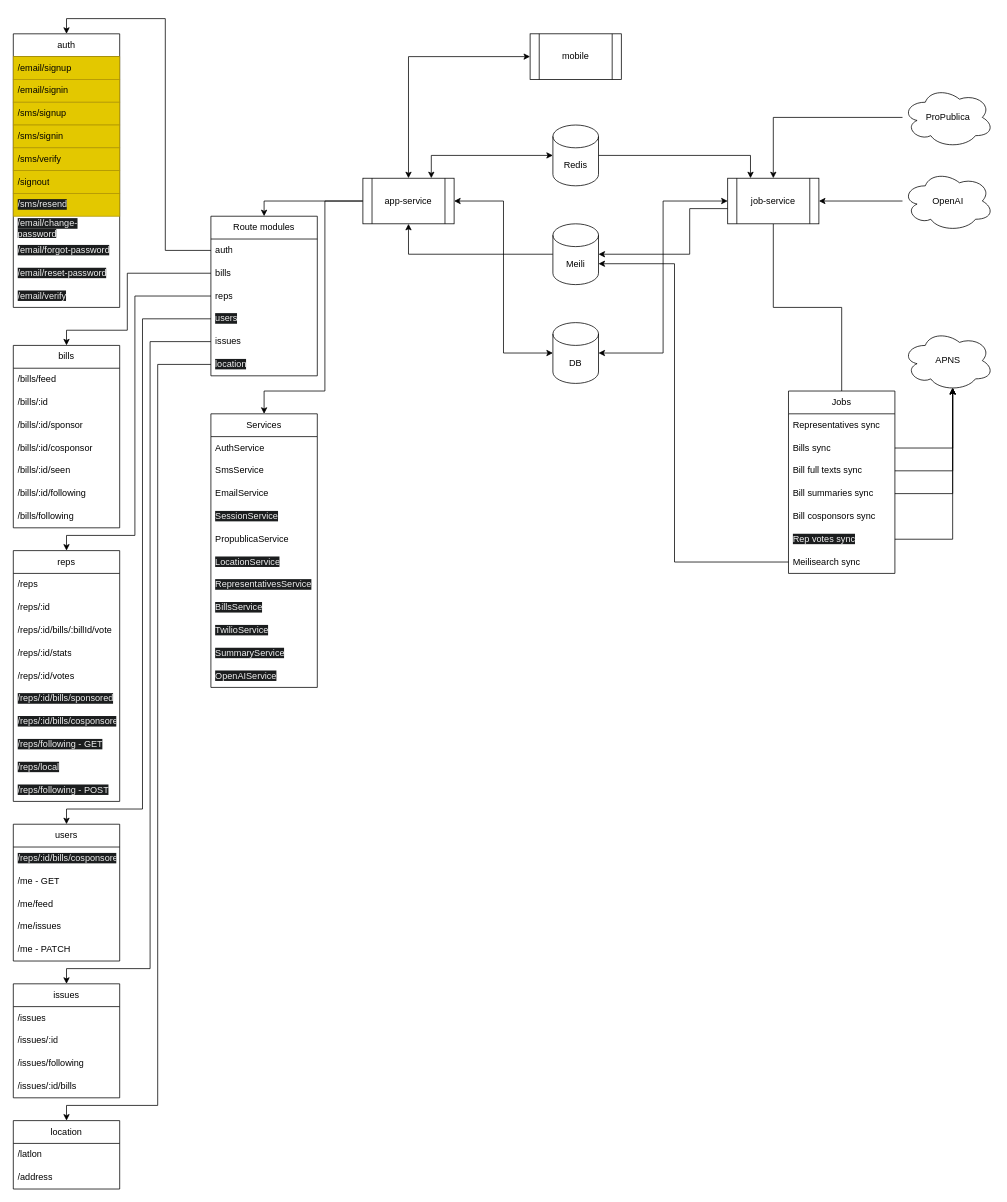
Earlier version of the draw.io diagram architecture/Architecture.drawio (Breakdown/breakdown-services). Source tidied: cells renumbered, new cells numbered last; positions are measured from the earlier drawing's top-left corner, leaving out a move shared by most shapes. Both pictures are drawn from the tidied source at 76%, with x=0, y=0 at pixel (13, 33).
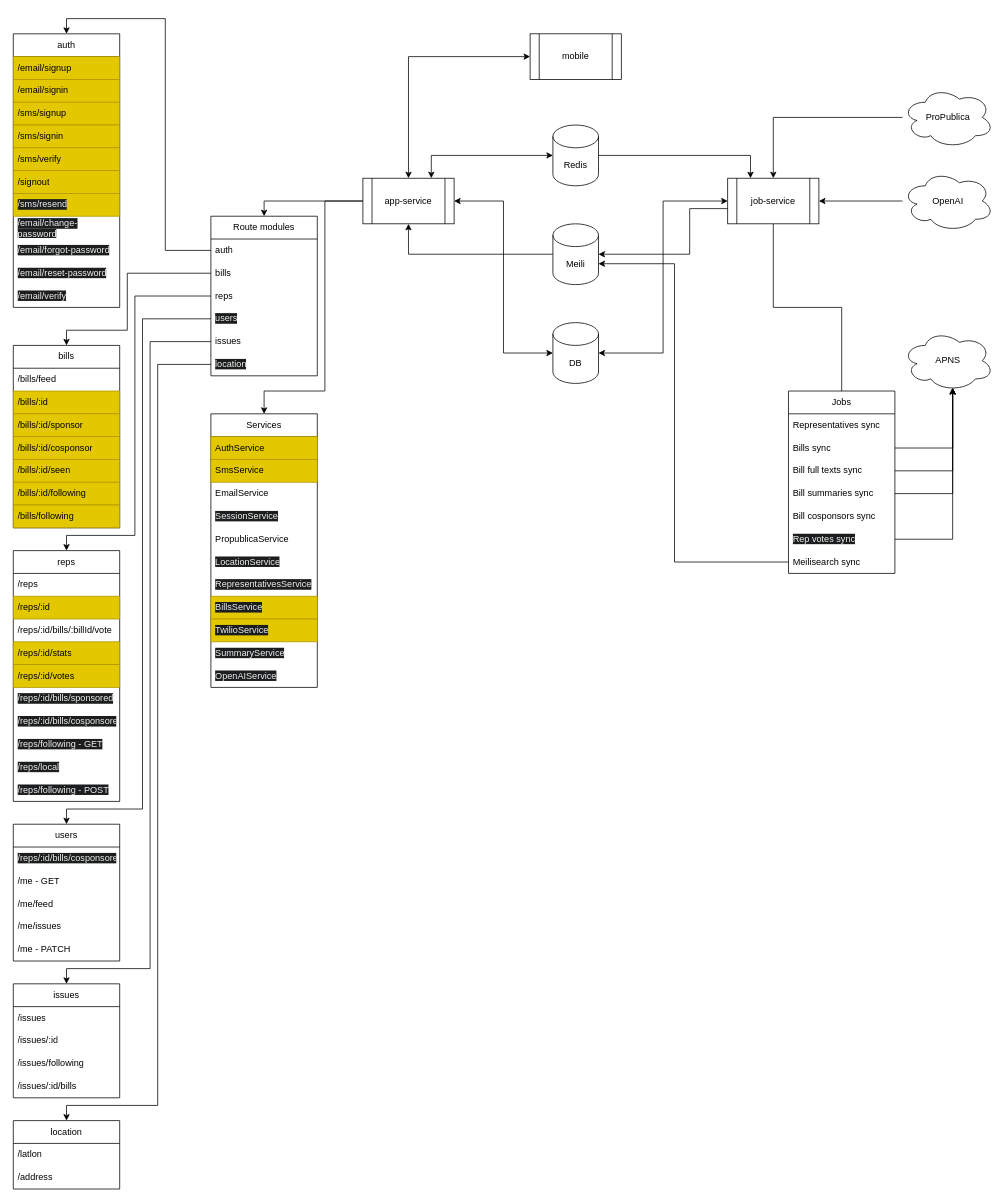
Above is the later version.

Commit message (it also covers changes not shown here):
GET rep votes by ID

Unchanged cells that the change refers to:
```xml
<mxCell id="56" value="bills" style="swimlane;fontStyle=0;horizontal=1;startSize=30;whiteSpace=wrap;html=1;" parent="1" vertex="1">
  <mxGeometry y="410" width="140" height="240" as="geometry" />
</mxCell>
<mxCell id="70" value="reps" style="swimlane;fontStyle=0;horizontal=1;startSize=30;whiteSpace=wrap;html=1;" parent="1" vertex="1">
  <mxGeometry y="680" width="140" height="330" as="geometry" />
</mxCell>
<mxCell id="94" value="Services" style="swimlane;fontStyle=0;horizontal=1;startSize=30;whiteSpace=wrap;html=1;" parent="1" vertex="1">
  <mxGeometry x="260" y="500" width="140" height="360" as="geometry" />
</mxCell>
```

Change to the diagram source:
```diff
@@
-    <mxCell id="58" value="/bills/:id" style="text;strokeColor=none;fillColor=none;align=left;verticalAlign=middle;spacingLeft=4;spacingRight=4;overflow=hidden;whiteSpace=wrap;html=1;" parent="56" vertex="1">
+    <mxCell id="58" value="/bills/:id" style="text;strokeColor=#B09500;fillColor=#e3c800;align=left;verticalAlign=middle;spacingLeft=4;spacingRight=4;overflow=hidden;whiteSpace=wrap;html=1;fontColor=#000000;" parent="56" vertex="1">
       <mxGeometry y="60" width="140" height="30" as="geometry" />
     </mxCell>
-    <mxCell id="59" value="/bills/:id/sponsor" style="text;strokeColor=none;fillColor=none;align=left;verticalAlign=middle;spacingLeft=4;spacingRight=4;overflow=hidden;whiteSpace=wrap;html=1;" parent="56" vertex="1">
+    <mxCell id="59" value="/bills/:id/sponsor" style="text;strokeColor=#B09500;fillColor=#e3c800;align=left;verticalAlign=middle;spacingLeft=4;spacingRight=4;overflow=hidden;whiteSpace=wrap;html=1;fontColor=#000000;" parent="56" vertex="1">
       <mxGeometry y="90" width="140" height="30" as="geometry" />
     </mxCell>
-    <mxCell id="60" value="/bills/:id/cosponsor" style="text;strokeColor=none;fillColor=none;align=left;verticalAlign=middle;spacingLeft=4;spacingRight=4;overflow=hidden;whiteSpace=wrap;html=1;" parent="56" vertex="1">
+    <mxCell id="60" value="/bills/:id/cosponsor" style="text;strokeColor=#B09500;fillColor=#e3c800;align=left;verticalAlign=middle;spacingLeft=4;spacingRight=4;overflow=hidden;whiteSpace=wrap;html=1;fontColor=#000000;" parent="56" vertex="1">
       <mxGeometry y="120" width="140" height="30" as="geometry" />
     </mxCell>
-    <mxCell id="61" value="/bills/:id/seen" style="text;strokeColor=none;fillColor=none;align=left;verticalAlign=middle;spacingLeft=4;spacingRight=4;overflow=hidden;whiteSpace=wrap;html=1;" parent="56" vertex="1">
+    <mxCell id="61" value="/bills/:id/seen" style="text;strokeColor=#B09500;fillColor=#e3c800;align=left;verticalAlign=middle;spacingLeft=4;spacingRight=4;overflow=hidden;whiteSpace=wrap;html=1;fontColor=#000000;" parent="56" vertex="1">
       <mxGeometry y="150" width="140" height="30" as="geometry" />
     </mxCell>
-    <mxCell id="62" value="/bills/:id/following" style="text;strokeColor=none;fillColor=none;align=left;verticalAlign=middle;spacingLeft=4;spacingRight=4;overflow=hidden;whiteSpace=wrap;html=1;" parent="56" vertex="1">
+    <mxCell id="62" value="/bills/:id/following" style="text;strokeColor=#B09500;fillColor=#e3c800;align=left;verticalAlign=middle;spacingLeft=4;spacingRight=4;overflow=hidden;whiteSpace=wrap;html=1;fontColor=#000000;" parent="56" vertex="1">
       <mxGeometry y="180" width="140" height="30" as="geometry" />
     </mxCell>
-    <mxCell id="63" value="/bills/following" style="text;strokeColor=none;fillColor=none;align=left;verticalAlign=middle;spacingLeft=4;spacingRight=4;overflow=hidden;whiteSpace=wrap;html=1;" parent="56" vertex="1">
+    <mxCell id="63" value="/bills/following" style="text;strokeColor=#B09500;fillColor=#e3c800;align=left;verticalAlign=middle;spacingLeft=4;spacingRight=4;overflow=hidden;whiteSpace=wrap;html=1;fontColor=#000000;" parent="56" vertex="1">
       <mxGeometry y="210" width="140" height="30" as="geometry" />
     </mxCell>
@@
-    <mxCell id="72" value="/reps/:id" style="text;strokeColor=none;fillColor=none;align=left;verticalAlign=middle;spacingLeft=4;spacingRight=4;overflow=hidden;whiteSpace=wrap;html=1;" parent="70" vertex="1">
+    <mxCell id="72" value="/reps/:id" style="text;strokeColor=#B09500;fillColor=#e3c800;align=left;verticalAlign=middle;spacingLeft=4;spacingRight=4;overflow=hidden;whiteSpace=wrap;html=1;fontColor=#000000;" parent="70" vertex="1">
       <mxGeometry y="60" width="140" height="30" as="geometry" />
     </mxCell>
@@
-    <mxCell id="74" value="/reps/:id/stats" style="text;strokeColor=none;fillColor=none;align=left;verticalAlign=middle;spacingLeft=4;spacingRight=4;overflow=hidden;whiteSpace=wrap;html=1;" parent="70" vertex="1">
+    <mxCell id="74" value="/reps/:id/stats" style="text;strokeColor=#B09500;fillColor=#e3c800;align=left;verticalAlign=middle;spacingLeft=4;spacingRight=4;overflow=hidden;whiteSpace=wrap;html=1;fontColor=#000000;" parent="70" vertex="1">
       <mxGeometry y="120" width="140" height="30" as="geometry" />
     </mxCell>
-    <mxCell id="75" value="/reps/:id/votes" style="text;strokeColor=none;fillColor=none;align=left;verticalAlign=middle;spacingLeft=4;spacingRight=4;overflow=hidden;whiteSpace=wrap;html=1;" parent="70" vertex="1">
+    <mxCell id="75" value="/reps/:id/votes" style="text;strokeColor=#B09500;fillColor=#e3c800;align=left;verticalAlign=middle;spacingLeft=4;spacingRight=4;overflow=hidden;whiteSpace=wrap;html=1;fontColor=#000000;" parent="70" vertex="1">
       <mxGeometry y="150" width="140" height="30" as="geometry" />
     </mxCell>
@@
-    <mxCell id="95" value="AuthService" style="text;strokeColor=none;fillColor=none;align=left;verticalAlign=middle;spacingLeft=4;spacingRight=4;overflow=hidden;whiteSpace=wrap;html=1;" parent="94" vertex="1">
+    <mxCell id="95" value="AuthService" style="text;strokeColor=#B09500;fillColor=#e3c800;align=left;verticalAlign=middle;spacingLeft=4;spacingRight=4;overflow=hidden;whiteSpace=wrap;html=1;fontColor=#000000;" parent="94" vertex="1">
       <mxGeometry y="30" width="140" height="30" as="geometry" />
     </mxCell>
-    <mxCell id="96" value="SmsService" style="text;strokeColor=none;fillColor=none;align=left;verticalAlign=middle;spacingLeft=4;spacingRight=4;overflow=hidden;whiteSpace=wrap;html=1;" parent="94" vertex="1">
+    <mxCell id="96" value="SmsService" style="text;strokeColor=#B09500;fillColor=#e3c800;align=left;verticalAlign=middle;spacingLeft=4;spacingRight=4;overflow=hidden;whiteSpace=wrap;html=1;fontColor=#000000;" parent="94" vertex="1">
       <mxGeometry y="60" width="140" height="30" as="geometry" />
     </mxCell>
@@
-    <mxCell id="102" value="&lt;span style=&quot;color: rgb(240, 240, 240); font-family: Helvetica; font-size: 12px; font-style: normal; font-variant-ligatures: normal; font-variant-caps: normal; font-weight: 400; letter-spacing: normal; orphans: 2; text-align: left; text-indent: 0px; text-transform: none; widows: 2; word-spacing: 0px; -webkit-text-stroke-width: 0px; background-color: rgb(27, 29, 30); text-decoration-thickness: initial; text-decoration-style: initial; text-decoration-color: initial; float: none; display: inline !important;&quot;&gt;BillsService&lt;/span&gt;" style="text;strokeColor=none;fillColor=none;align=left;verticalAlign=middle;spacingLeft=4;spacingRight=4;overflow=hidden;whiteSpace=wrap;html=1;" parent="94" vertex="1">
+    <mxCell id="102" value="&lt;span style=&quot;color: rgb(240, 240, 240); font-family: Helvetica; font-size: 12px; font-style: normal; font-variant-ligatures: normal; font-variant-caps: normal; font-weight: 400; letter-spacing: normal; orphans: 2; text-align: left; text-indent: 0px; text-transform: none; widows: 2; word-spacing: 0px; -webkit-text-stroke-width: 0px; background-color: rgb(27, 29, 30); text-decoration-thickness: initial; text-decoration-style: initial; text-decoration-color: initial; float: none; display: inline !important;&quot;&gt;BillsService&lt;/span&gt;" style="text;strokeColor=#B09500;fillColor=#e3c800;align=left;verticalAlign=middle;spacingLeft=4;spacingRight=4;overflow=hidden;whiteSpace=wrap;html=1;fontColor=#000000;" parent="94" vertex="1">
       <mxGeometry y="240" width="140" height="30" as="geometry" />
     </mxCell>
-    <mxCell id="103" value="&lt;span style=&quot;color: rgb(240, 240, 240); font-family: Helvetica; font-size: 12px; font-style: normal; font-variant-ligatures: normal; font-variant-caps: normal; font-weight: 400; letter-spacing: normal; orphans: 2; text-align: left; text-indent: 0px; text-transform: none; widows: 2; word-spacing: 0px; -webkit-text-stroke-width: 0px; background-color: rgb(27, 29, 30); text-decoration-thickness: initial; text-decoration-style: initial; text-decoration-color: initial; float: none; display: inline !important;&quot;&gt;TwilioService&lt;/span&gt;" style="text;strokeColor=none;fillColor=none;align=left;verticalAlign=middle;spacingLeft=4;spacingRight=4;overflow=hidden;whiteSpace=wrap;html=1;" parent="94" vertex="1">
+    <mxCell id="103" value="&lt;span style=&quot;color: rgb(240, 240, 240); font-family: Helvetica; font-size: 12px; font-style: normal; font-variant-ligatures: normal; font-variant-caps: normal; font-weight: 400; letter-spacing: normal; orphans: 2; text-align: left; text-indent: 0px; text-transform: none; widows: 2; word-spacing: 0px; -webkit-text-stroke-width: 0px; background-color: rgb(27, 29, 30); text-decoration-thickness: initial; text-decoration-style: initial; text-decoration-color: initial; float: none; display: inline !important;&quot;&gt;TwilioService&lt;/span&gt;" style="text;strokeColor=#B09500;fillColor=#e3c800;align=left;verticalAlign=middle;spacingLeft=4;spacingRight=4;overflow=hidden;whiteSpace=wrap;html=1;fontColor=#000000;" parent="94" vertex="1">
       <mxGeometry y="270" width="140" height="30" as="geometry" />
     </mxCell>
```
